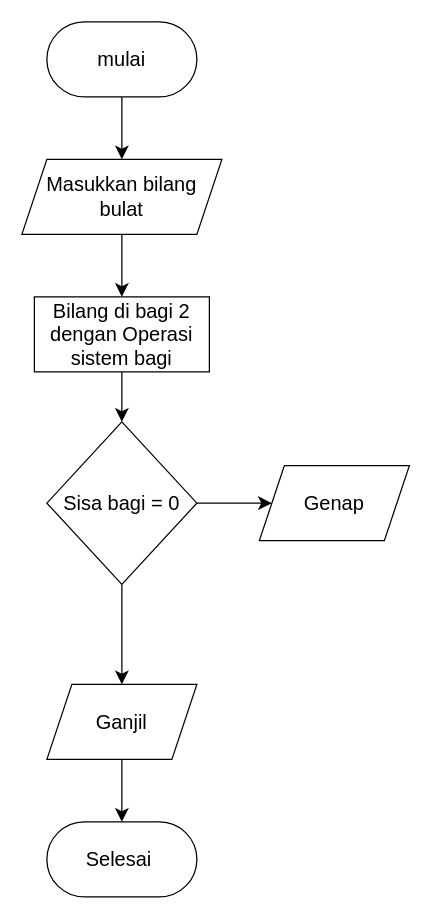
Above: Tugas menentukan bilangan 23241091_1C.drawio in Xnowly/Algo_C_23241091 (draw.io), before the change. Source tidied: cells renumbered, new cells numbered last; positions are measured from the earlier drawing's top-left corner, leaving out a move shared by most shapes. Both pictures are drawn from the tidied source at 125%, with x=0, y=0 at pixel (21, 21).
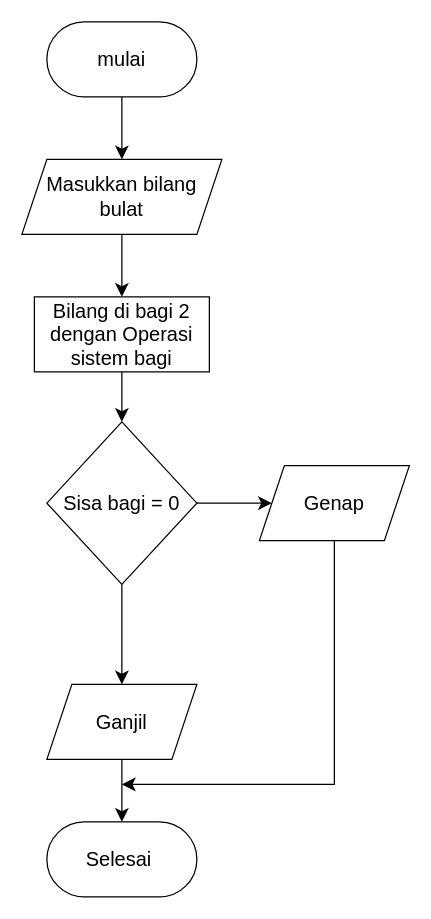
The same page after the edit.

The edit, as a diff of the source:
```diff
@@
 <mxGraphModel>
   <root>
     <mxCell id="0" />
     <mxCell id="1" parent="0" />
     <mxCell id="2" value="Masukkan bilang bulat" style="shape=parallelogram;perimeter=parallelogramPerimeter;whiteSpace=wrap;html=1;fixedSize=1;fontSize=16;" parent="1" vertex="1">
       <mxGeometry y="110" width="160" height="60" as="geometry" />
     </mxCell>
     <mxCell id="3" value="Bilang di bagi 2 dengan Operasi sistem bagi" style="whiteSpace=wrap;html=1;fontSize=16;" parent="1" vertex="1">
       <mxGeometry x="10" y="220" width="140" height="60" as="geometry" />
     </mxCell>
     <mxCell id="4" value="Genap" style="shape=parallelogram;perimeter=parallelogramPerimeter;whiteSpace=wrap;html=1;fixedSize=1;fontSize=16;" parent="1" vertex="1">
       <mxGeometry x="190" y="355" width="120" height="60" as="geometry" />
     </mxCell>
     <mxCell id="5" value="Ganjil" style="shape=parallelogram;perimeter=parallelogramPerimeter;whiteSpace=wrap;html=1;fixedSize=1;fontSize=16;" parent="1" vertex="1">
       <mxGeometry x="20" y="530" width="120" height="60" as="geometry" />
     </mxCell>
     <mxCell id="6" value="Selesai&amp;nbsp;" style="rounded=1;whiteSpace=wrap;html=1;fontSize=16;arcSize=50;" parent="1" vertex="1">
       <mxGeometry x="20" y="640" width="120" height="60" as="geometry" />
     </mxCell>
     <mxCell id="7" value="mulai" style="rounded=1;whiteSpace=wrap;html=1;fontSize=16;arcSize=50;" parent="1" vertex="1">
       <mxGeometry x="20" width="120" height="60" as="geometry" />
     </mxCell>
     <mxCell id="8" style="edgeStyle=none;jettySize=auto;html=1;rounded=0;fontSize=12;startSize=8;endSize=8;curved=1;exitX=0.5;exitY=1;exitDx=0;exitDy=0;entryX=0.5;entryY=0;entryDx=0;entryDy=0;" parent="1" edge="1" source="7" target="2">
       <mxGeometry relative="1" as="geometry" />
     </mxCell>
     <mxCell id="9" style="edgeStyle=none;jettySize=auto;html=1;rounded=0;fontSize=12;startSize=8;endSize=8;curved=1;entryX=0.5;entryY=0;entryDx=0;entryDy=0;exitX=0.5;exitY=1;exitDx=0;exitDy=0;" parent="1" edge="1" source="2" target="3">
       <mxGeometry relative="1" as="geometry" />
     </mxCell>
     <mxCell id="10" style="edgeStyle=none;jettySize=auto;html=1;rounded=0;fontSize=12;startSize=8;endSize=8;curved=1;entryX=0.5;entryY=0;entryDx=0;entryDy=0;exitX=0.5;exitY=1;exitDx=0;exitDy=0;" parent="1" edge="1" source="3" target="13">
       <mxGeometry relative="1" as="geometry" />
     </mxCell>
     <mxCell id="11" style="edgeStyle=none;jettySize=auto;html=1;rounded=0;fontSize=12;startSize=8;endSize=8;curved=1;entryX=0.5;entryY=0;entryDx=0;entryDy=0;exitX=0.5;exitY=1;exitDx=0;exitDy=0;" parent="1" edge="1" source="13" target="5">
       <mxGeometry relative="1" as="geometry" />
     </mxCell>
     <mxCell id="12" style="edgeStyle=none;jettySize=auto;html=1;rounded=0;fontSize=12;startSize=8;endSize=8;curved=1;entryX=0.5;entryY=0;entryDx=0;entryDy=0;exitX=0.5;exitY=1;exitDx=0;exitDy=0;" parent="1" edge="1" source="5" target="6">
       <mxGeometry relative="1" as="geometry" />
     </mxCell>
     <mxCell id="13" value="Sisa bagi = 0" style="rhombus;whiteSpace=wrap;html=1;fontSize=16;" parent="1" vertex="1">
       <mxGeometry x="20" y="320" width="120" height="130" as="geometry" />
     </mxCell>
     <mxCell id="14" style="edgeStyle=none;jettySize=auto;html=1;rounded=0;fontSize=12;startSize=8;endSize=8;curved=1;entryX=0;entryY=0.5;entryDx=0;entryDy=0;exitX=1;exitY=0.5;exitDx=0;exitDy=0;" parent="1" edge="1" source="13" target="4">
       <mxGeometry relative="1" as="geometry" />
     </mxCell>
+    <mxCell id="15" style="edgeStyle=segmentEdgeStyle;endArrow=classic;html=1;curved=0;rounded=0;endSize=8;startSize=8;sourcePerimeterSpacing=0;targetPerimeterSpacing=0;fontSize=12;exitX=0.5;exitY=1;exitDx=0;exitDy=0;" parent="1" edge="1" source="4">
+      <mxGeometry relative="1" as="geometry">
+        <mxPoint x="80" y="610" as="targetPoint" />
+        <Array as="points">
+          <mxPoint x="250" y="610" />
+        </Array>
+      </mxGeometry>
+    </mxCell>
   </root>
 </mxGraphModel>
```
